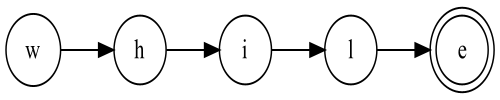
Earlier version of the Graphviz export src/main/java/Imagenes/automata.png (AngelSonVicente/PracticaLenguajes). Its source is kept beside it as automata.dot. The source it was exported from:
```dot
digraph G {
 	rankdir=LR;
  0 [label="w", shape=circle, width=0.15];
  1 [label="h", shape=circle, width=0.15];
  2 [label="i", shape=circle, width=0.15];
  3 [label="l", shape=circle, width=0.15];
  4 [label="e", shape=doublecircle,width=0.15];
  0 -> 1;
  1 -> 2;
  2 -> 3;
  3 -> 4;
}
```
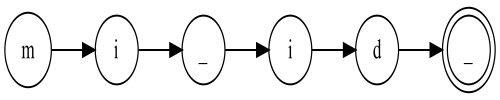
The same file after the commit.

Diff of the diagram source:
```diff
@@ -1,12 +1,14 @@
 digraph G {
  	rankdir=LR;
-  0 [label="w", shape=circle, width=0.15];
-  1 [label="h", shape=circle, width=0.15];
-  2 [label="i", shape=circle, width=0.15];
-  3 [label="l", shape=circle, width=0.15];
-  4 [label="e", shape=doublecircle,width=0.15];
+  0 [label="m", shape=circle, width=0.15];
+  1 [label="i", shape=circle, width=0.15];
+  2 [label="_", shape=circle, width=0.15];
+  3 [label="i", shape=circle, width=0.15];
+  4 [label="d", shape=circle, width=0.15];
+  5 [label="_", shape=doublecircle,width=0.15];
   0 -> 1;
   1 -> 2;
   2 -> 3;
   3 -> 4;
+  4 -> 5;
 }
```
